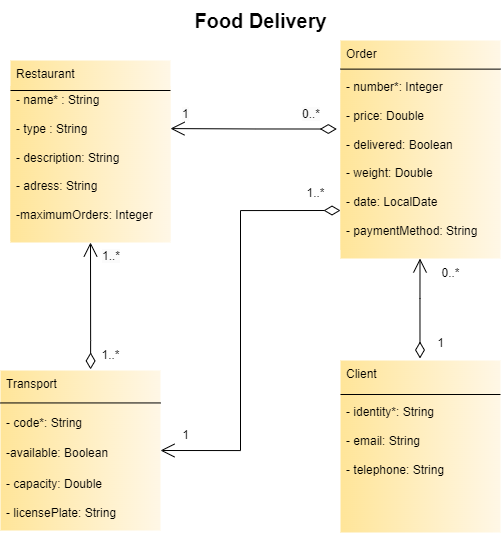
Before: docs/food_delivery.models.png, a diagram exported from draw.io (wzzzzwwzw/apaw-practice). Source tidied: cells renumbered, new cells last; positions are measured from the earlier drawing's top-left corner, leaving out a move shared by most shapes.
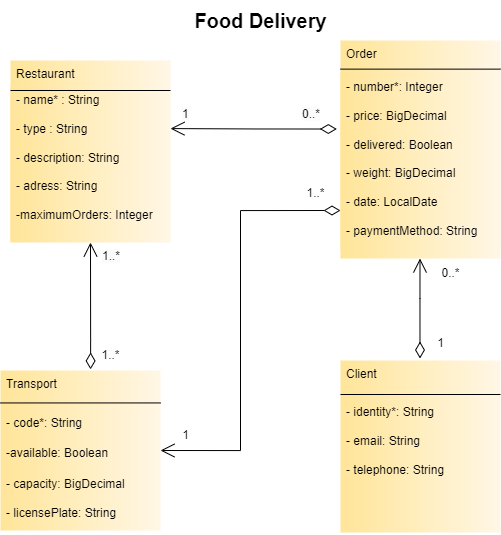
The same file after the commit.

What changed in the source:
```diff
@@ -20,7 +20,7 @@
     <mxCell id="7" value="Order" style="text;strokeColor=none;fillColor=#FFE599;align=left;verticalAlign=top;spacingLeft=4;spacingRight=4;overflow=hidden;whiteSpace=wrap;html=1;gradientColor=#FFF7E6;gradientDirection=east;" parent="1" vertex="1">
       <mxGeometry x="340" y="40" width="160" height="218" as="geometry" />
     </mxCell>
-    <mxCell id="8" value="&lt;span style=&quot;color: rgb(0, 0, 0); font-family: Helvetica; font-size: 12px; font-style: normal; font-variant-ligatures: normal; font-variant-caps: normal; font-weight: 400; letter-spacing: normal; orphans: 2; text-align: left; text-indent: 0px; text-transform: none; widows: 2; word-spacing: 0px; -webkit-text-stroke-width: 0px; text-decoration-thickness: initial; text-decoration-style: initial; text-decoration-color: initial; float: none; display: inline !important;&quot;&gt;- number*: Integer&lt;br&gt;&lt;/span&gt;&lt;br style=&quot;border-color: var(--border-color); color: rgb(0, 0, 0); font-family: Helvetica; font-size: 12px; font-style: normal; font-variant-ligatures: normal; font-variant-caps: normal; font-weight: 400; letter-spacing: normal; orphans: 2; text-align: left; text-indent: 0px; text-transform: none; widows: 2; word-spacing: 0px; -webkit-text-stroke-width: 0px; text-decoration-thickness: initial; text-decoration-style: initial; text-decoration-color: initial;&quot;&gt;&lt;span style=&quot;color: rgb(0, 0, 0); font-family: Helvetica; font-size: 12px; font-style: normal; font-variant-ligatures: normal; font-variant-caps: normal; font-weight: 400; letter-spacing: normal; orphans: 2; text-align: left; text-indent: 0px; text-transform: none; widows: 2; word-spacing: 0px; -webkit-text-stroke-width: 0px; text-decoration-thickness: initial; text-decoration-style: initial; text-decoration-color: initial; float: none; display: inline !important;&quot;&gt;- price: Double&lt;br&gt;&lt;br&gt;- delivered: Boolean&lt;br&gt;&lt;br&gt;- weight: Double&lt;br&gt;&lt;br&gt;- date:&amp;nbsp;LocalDate&lt;br&gt;&lt;br&gt;- paymentMethod: String&lt;br&gt;&lt;br&gt;&lt;/span&gt;" style="text;strokeColor=none;fillColor=#FFE599;align=left;verticalAlign=top;spacingLeft=4;spacingRight=4;overflow=hidden;points=[[0,0.5],[1,0.5]];portConstraint=eastwest;whiteSpace=wrap;html=1;gradientColor=#FFF7E6;gradientDirection=east;" parent="7" vertex="1">
+    <mxCell id="8" value="&lt;span style=&quot;color: rgb(0, 0, 0); font-family: Helvetica; font-size: 12px; font-style: normal; font-variant-ligatures: normal; font-variant-caps: normal; font-weight: 400; letter-spacing: normal; orphans: 2; text-align: left; text-indent: 0px; text-transform: none; widows: 2; word-spacing: 0px; -webkit-text-stroke-width: 0px; text-decoration-thickness: initial; text-decoration-style: initial; text-decoration-color: initial; float: none; display: inline !important;&quot;&gt;- number*: Integer&lt;br&gt;&lt;/span&gt;&lt;br style=&quot;border-color: var(--border-color); color: rgb(0, 0, 0); font-family: Helvetica; font-size: 12px; font-style: normal; font-variant-ligatures: normal; font-variant-caps: normal; font-weight: 400; letter-spacing: normal; orphans: 2; text-align: left; text-indent: 0px; text-transform: none; widows: 2; word-spacing: 0px; -webkit-text-stroke-width: 0px; text-decoration-thickness: initial; text-decoration-style: initial; text-decoration-color: initial;&quot;&gt;&lt;span style=&quot;color: rgb(0, 0, 0); font-family: Helvetica; font-size: 12px; font-style: normal; font-variant-ligatures: normal; font-variant-caps: normal; font-weight: 400; letter-spacing: normal; orphans: 2; text-align: left; text-indent: 0px; text-transform: none; widows: 2; word-spacing: 0px; -webkit-text-stroke-width: 0px; text-decoration-thickness: initial; text-decoration-style: initial; text-decoration-color: initial; float: none; display: inline !important;&quot;&gt;- price: BigDecimal&lt;br&gt;&lt;br&gt;- delivered: Boolean&lt;br&gt;&lt;br&gt;- weight:&amp;nbsp;BigDecimal&lt;br&gt;&lt;br&gt;- date:&amp;nbsp;LocalDate&lt;br&gt;&lt;br&gt;- paymentMethod: String&lt;br&gt;&lt;br&gt;&lt;/span&gt;" style="text;strokeColor=none;fillColor=#FFE599;align=left;verticalAlign=top;spacingLeft=4;spacingRight=4;overflow=hidden;points=[[0,0.5],[1,0.5]];portConstraint=eastwest;whiteSpace=wrap;html=1;gradientColor=#FFF7E6;gradientDirection=east;" parent="7" vertex="1">
       <mxGeometry y="33" width="160" height="176.2" as="geometry" />
     </mxCell>
     <mxCell id="9" style="endArrow=open;html=1;endSize=12;startArrow=diamondThin;startSize=14;startFill=0;edgeStyle=orthogonalEdgeStyle;align=left;verticalAlign=bottom;rounded=0;entryX=-0.023;entryY=0.315;entryDx=0;entryDy=0;entryPerimeter=0;exitX=-0.023;exitY=0.315;exitDx=0;exitDy=0;exitPerimeter=0;" parent="7" edge="1" source="8">
@@ -106,7 +106,7 @@
     <mxCell id="29" value="-available: Boolean" style="text;strokeColor=none;fillColor=none;align=left;verticalAlign=middle;spacingLeft=4;spacingRight=4;overflow=hidden;whiteSpace=wrap;html=1;" parent="27" vertex="1">
       <mxGeometry y="30" width="150" height="30" as="geometry" />
     </mxCell>
-    <mxCell id="30" value="-&amp;nbsp;capacity: Double&lt;br&gt;&lt;br&gt;- licensePlate: String" style="text;strokeColor=none;fillColor=none;align=left;verticalAlign=middle;spacingLeft=4;spacingRight=4;overflow=hidden;whiteSpace=wrap;html=1;" parent="27" vertex="1">
+    <mxCell id="30" value="-&amp;nbsp;capacity:&amp;nbsp;BigDecimal&lt;br&gt;&lt;br&gt;- licensePlate: String" style="text;strokeColor=none;fillColor=none;align=left;verticalAlign=middle;spacingLeft=4;spacingRight=4;overflow=hidden;whiteSpace=wrap;html=1;" parent="27" vertex="1">
       <mxGeometry y="60" width="150" height="60" as="geometry" />
     </mxCell>
   </root>
```
